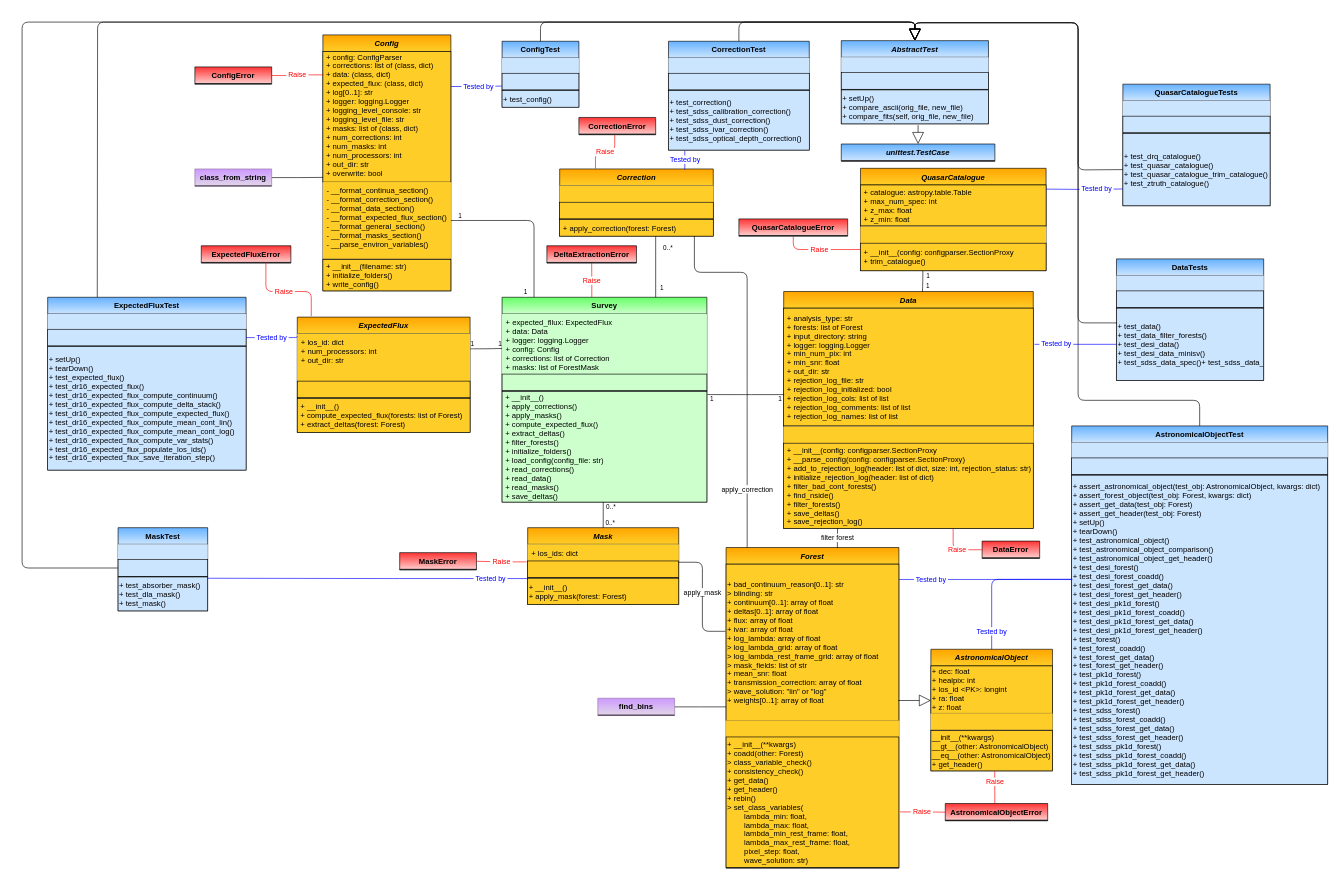
Before: page "Main" (1 of 7) of docs/delta_extraction/data_model/data_model.drawio in igmhub/picca, a draw.io diagram. Source tidied: cells renumbered, new cells numbered last; positions are measured from the earlier drawing's top-left corner, leaving out a move shared by most shapes. Both pictures are drawn from the tidied source at 64%, with x=0, y=0 at pixel (22, 22).
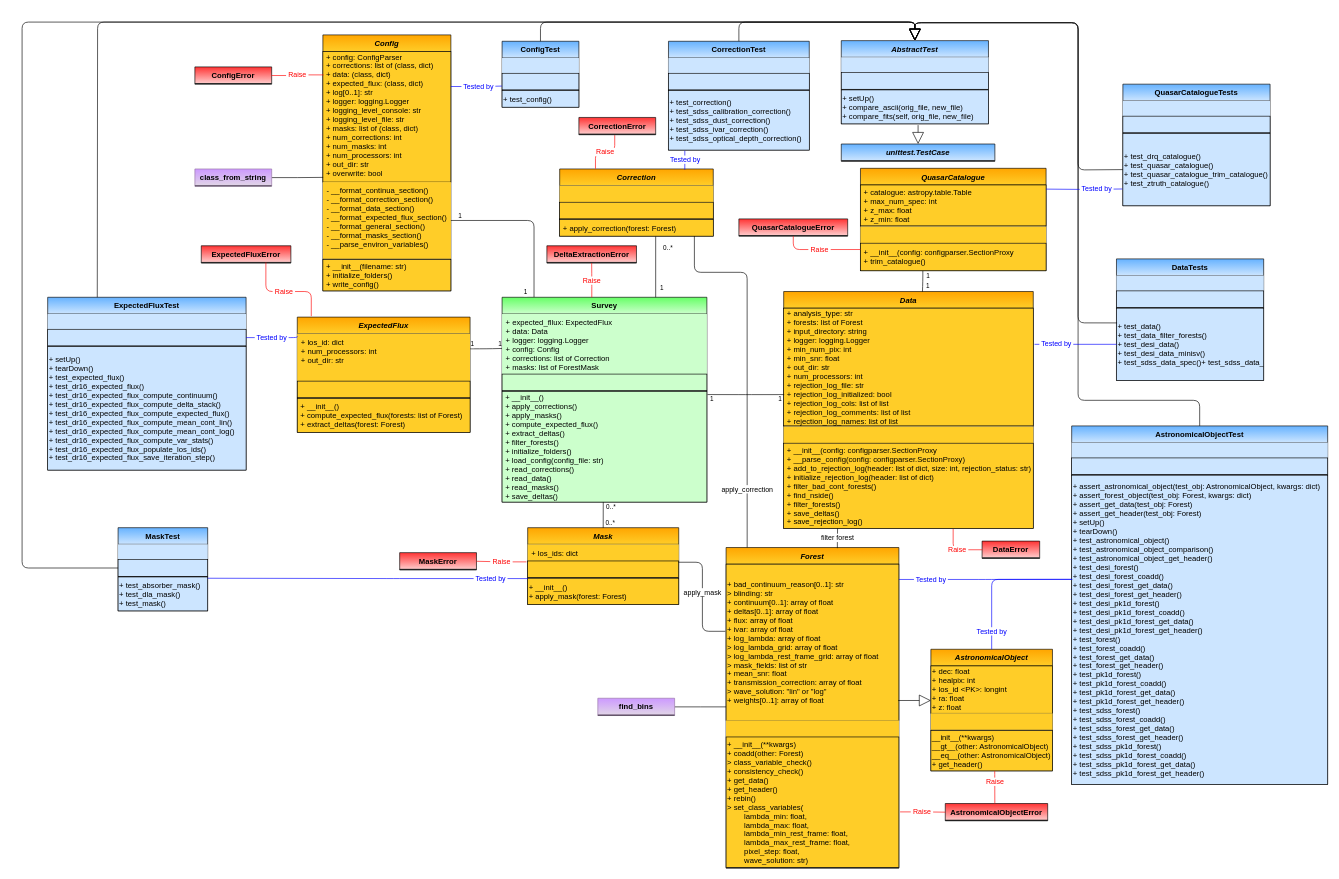
The same page after the edit.

The change refers to these unchanged cells:
```xml
<mxCell id="95" value="Data" style="swimlane;fontStyle=3;horizontal=1;startSize=26;fillColor=#ffcd28;swimlaneFillColor=#ffffff;rounded=0;shadow=0;glass=0;comic=0;strokeColor=#000000;gradientColor=#ffa500;swimlaneLine=1;gradientDirection=north;" parent="1" vertex="1">
  <mxGeometry x="1190" y="421" width="390" height="370" as="geometry" />
</mxCell>
```

What changed in the source:
```diff
@@
-    <mxCell id="96" value=" + analysis_type: str&#10; + forests: list of Forest&#10; + input_directory: string&#10; + logger: logging.Logger&#10; + min_num_pix: int&#10; + min_snr: float&#10; + out_dir: str&#10; + rejection_log_file: str&#10; + rejection_log_initialized: bool&#10; + rejection_log_cols: list of list&#10; + rejection_log_comments: list of list&#10; + rejection_log_names: list of list" style="text;strokeColor=#000000;fillColor=#ffcd28;align=left;verticalAlign=middle;overflow=hidden;points=[[0,0.5],[1,0.5]];portConstraint=eastwest;rounded=0;shadow=0;glass=0;comic=0;fontStyle=0;gradientColor=none;swimlaneFillColor=#ffffff;gradientDirection=north;startSize=26;" parent="95" vertex="1">
+    <mxCell id="96" value=" + analysis_type: str&#10; + forests: list of Forest&#10; + input_directory: string&#10; + logger: logging.Logger&#10; + min_num_pix: int&#10; + min_snr: float&#10; + out_dir: str&#10; + num_processors: int&#10; + rejection_log_file: str&#10; + rejection_log_initialized: bool&#10; + rejection_log_cols: list of list&#10; + rejection_log_comments: list of list&#10; + rejection_log_names: list of list" style="text;strokeColor=#000000;fillColor=#ffcd28;align=left;verticalAlign=middle;overflow=hidden;points=[[0,0.5],[1,0.5]];portConstraint=eastwest;rounded=0;shadow=0;glass=0;comic=0;fontStyle=0;gradientColor=none;swimlaneFillColor=#ffffff;gradientDirection=north;startSize=26;" parent="95" vertex="1">
       <mxGeometry y="26" width="390" height="184" as="geometry" />
     </mxCell>
```
